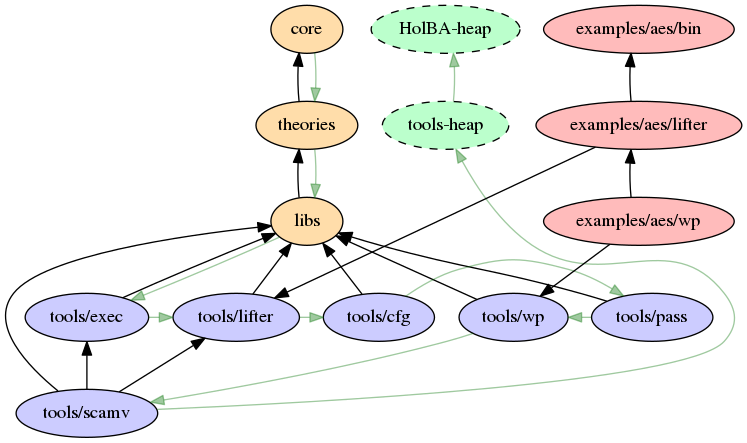
This is doc/diagrams/dependencies.png from kth-step/HolBA, a Graphviz export, as it was before one commit. Its source is kept beside it as doc/diagrams/dependencies.dot.
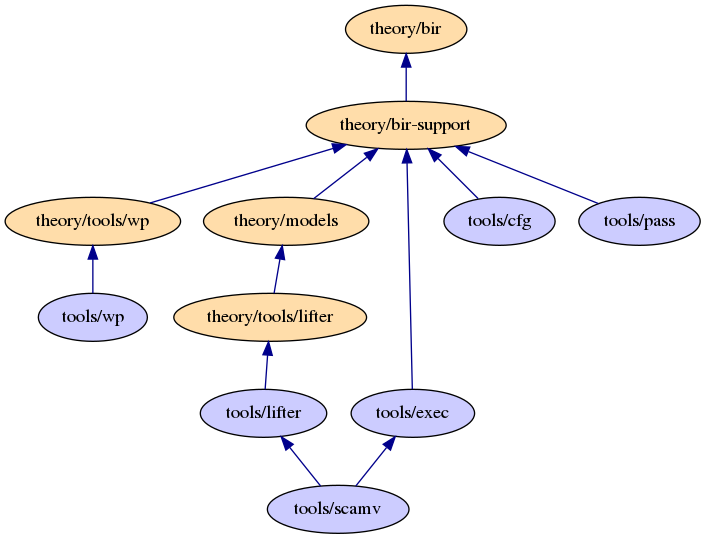
Later version of the same file.

Commit message:
Update the dependency diagram

Removed:
 - examples
 - HOL heaps

Change to the diagram source:
```diff
@@ -1,39 +1,23 @@
 digraph {
-    # The key
-
-
-
-
-
-
-
     # Nodes
     {
-        ## Core
+        ## theory
         node[style="filled" fillcolor="#ffddaa"];
-        core[label="core"];
-        theories[label="theories"];
-        libs[label="libs"];
+        theory_bir[label="theory/bir"];
+        theory_bir_support[label="theory/bir-support"];
+
+        theory_wp[label="theory/tools/wp"];
+        theory_models[label="theory/models"];
+        theory_lifter[label="theory/tools/lifter"];
 
         ## Tools
         node[style="filled" fillcolor="#ccccff"];
-        scamv[label="tools/scamv"];
+        wp[label="tools/wp"];
         exec[label="tools/exec"];
         lifter[label="tools/lifter"];
         cfg[label="tools/cfg"];
-        wp[label="tools/wp"];
         pass[label="tools/pass"];
-
-        ## Examples
-        node[style="filled" fillcolor="#ffbbbb"];
-        examples_aes_bin[label="examples/aes/bin"];
-        examples_aes_lifter[label="examples/aes/lifter"];
-        examples_aes_wp[label="examples/aes/wp"];
-
-        ## Heaps
-        node[style="filled,dashed" fillcolor="#bbffcc"];
-        tools[label="tools-heap"]
-        HolBA[label="HolBA-heap"]
+        scamv[label="tools/scamv"];
     }
 
     ## We should not create other nodes after here
@@ -43,48 +27,19 @@
     {
         edge[dir="back" color="darkblue"];
 
-        ## Core
-        core -> theories;
-        theories -> libs;
+        ## theory
+        theory_bir -> theory_bir_support;
+        theory_models -> theory_lifter;
+        theory_bir_support -> theory_models;
+        theory_bir_support -> theory_wp;
 
         ## Tools
-        libs -> exec;
-        libs -> lifter;
-        libs -> cfg;
-        libs -> wp;
-        libs -> pass;
-        libs -> scamv;
+        theory_lifter -> lifter;
+        theory_bir_support -> exec;
+        theory_bir_support -> cfg;
+        theory_bir_support -> pass;
+        theory_wp -> wp;
         exec -> scamv;
         lifter -> scamv;
-
-        ## Examples
-        wp -> examples_aes_wp[constraint=false];
-        lifter -> examples_aes_lifter[constraint=false];
-        examples_aes_bin -> examples_aes_lifter;
-        examples_aes_lifter -> examples_aes_wp;
-    }
-
-    # PolyML heap
-    {
-        edge[color="#00700060" constraint=false];
-
-        core -> theories
-            -> libs
-            # Tools
-            -> exec
-            -> lifter
-            -> cfg
-            -> pass
-            -> wp
-            -> scamv
-            -> tools
-            -> HolBA;
-    }
-
-    # Ghost edges for styling only
-    {
-        edge[style="invis"];
-        HolBA -> tools;
-        examples_aes_bin -> examples_aes_lifter -> examples_aes_wp;
     }
 }
```
